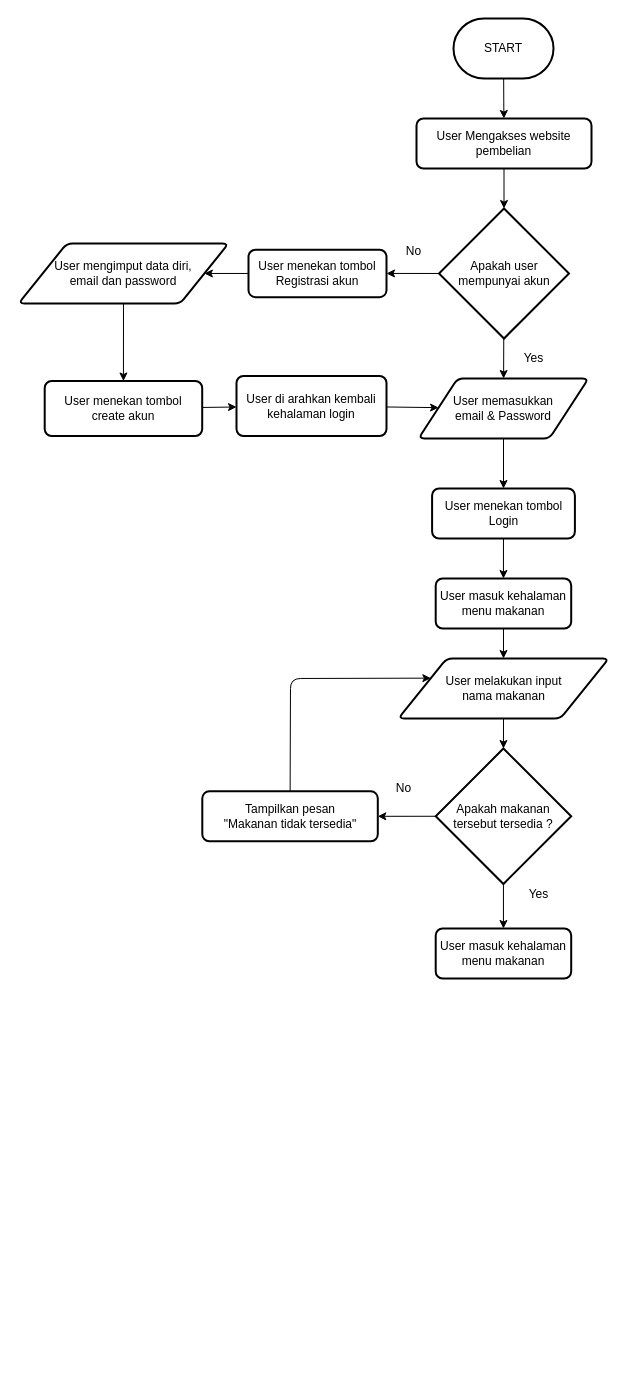
bintangmesir/bintang_mesir-proses_order_makanan_online keeps this draw.io diagram as flowchart.drawio. Above is the earlier version. Source tidied: cells renumbered, new cells numbered last; positions are measured from the earlier drawing's top-left corner, leaving out a move shared by most shapes. Both pictures are drawn from the tidied source at 100%, with x=0, y=0 at pixel (18, 18).
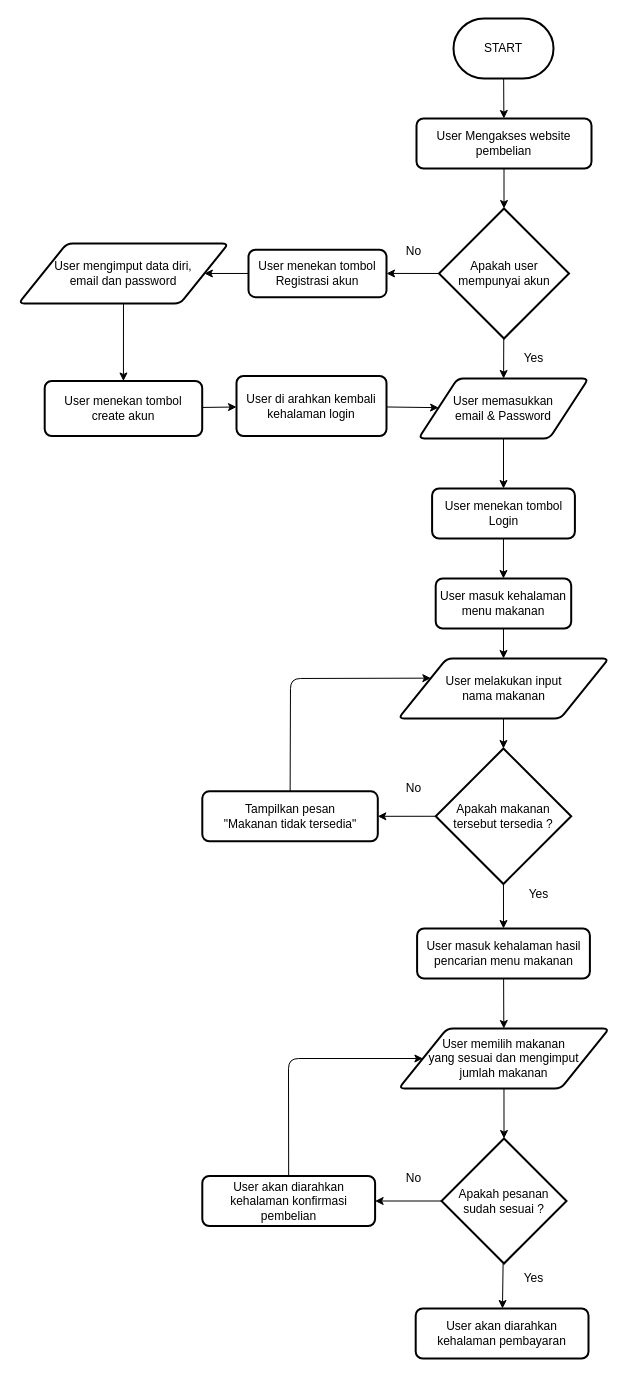
The same diagram, later.

Commit message:
add if condition for confirmation order  on flowchart.drawio file

Diff of the diagram source:
```diff
@@
+    <mxCell id="35" style="edgeStyle=none;html=1;" parent="1" edge="1" source="30" target="37">
+      <mxGeometry relative="1" as="geometry" />
+    </mxCell>
-    <mxCell id="30" value="User masuk kehalaman menu makanan" style="rounded=1;whiteSpace=wrap;html=1;absoluteArcSize=1;arcSize=14;strokeWidth=2;" parent="1" vertex="1">
-      <mxGeometry x="417.2" y="910" width="135.5" height="50" as="geometry" />
+    <mxCell id="30" value="User masuk kehalaman hasil pencarian menu makanan" style="rounded=1;whiteSpace=wrap;html=1;absoluteArcSize=1;arcSize=14;strokeWidth=2;" parent="1" vertex="1">
+      <mxGeometry x="398.6" y="910" width="172.8" height="50" as="geometry" />
     </mxCell>
@@
     <mxCell id="33" value="No" style="text;html=1;align=center;verticalAlign=middle;strokeColor=none;fillColor=none;" parent="1" vertex="1">
-      <mxGeometry x="370" y="760" width="30" height="20" as="geometry" />
+      <mxGeometry x="380.2" y="760" width="30" height="20" as="geometry" />
     </mxCell>
@@
+    <mxCell id="36" style="edgeStyle=none;html=1;entryX=0.5;entryY=0;entryDx=0;entryDy=0;entryPerimeter=0;" parent="1" edge="1" source="37" target="40">
+      <mxGeometry relative="1" as="geometry" />
+    </mxCell>
+    <mxCell id="37" value="User memilih makanan &lt;br&gt;yang sesuai dan mengimput &lt;br&gt;jumlah makanan" style="shape=parallelogram;html=1;strokeWidth=2;perimeter=parallelogramPerimeter;whiteSpace=wrap;rounded=1;arcSize=12;size=0.23;" parent="1" vertex="1">
+      <mxGeometry x="380.2" y="1010" width="210.5" height="60" as="geometry" />
+    </mxCell>
+    <mxCell id="38" style="edgeStyle=none;html=1;" parent="1" edge="1" source="40" target="41">
+      <mxGeometry relative="1" as="geometry" />
+    </mxCell>
+    <mxCell id="39" style="edgeStyle=none;html=1;entryX=1;entryY=0.5;entryDx=0;entryDy=0;" parent="1" edge="1" source="40" target="43">
+      <mxGeometry relative="1" as="geometry" />
+    </mxCell>
+    <mxCell id="40" value="Apakah pesanan&lt;br&gt;sudah sesuai ?" style="strokeWidth=2;html=1;shape=mxgraph.flowchart.decision;whiteSpace=wrap;" parent="1" vertex="1">
+      <mxGeometry x="423" y="1120" width="125" height="125" as="geometry" />
+    </mxCell>
+    <mxCell id="41" value="User akan diarahkan kehalaman pembayaran" style="rounded=1;whiteSpace=wrap;html=1;absoluteArcSize=1;arcSize=14;strokeWidth=2;" parent="1" vertex="1">
+      <mxGeometry x="397.2" y="1290" width="172.8" height="50" as="geometry" />
+    </mxCell>
+    <mxCell id="42" style="edgeStyle=none;html=1;entryX=0;entryY=0.5;entryDx=0;entryDy=0;" parent="1" edge="1" source="43" target="37">
+      <mxGeometry relative="1" as="geometry">
+        <Array as="points">
+          <mxPoint x="270" y="1040" />
+        </Array>
+      </mxGeometry>
+    </mxCell>
+    <mxCell id="43" value="User akan diarahkan kehalaman konfirmasi pembelian" style="rounded=1;whiteSpace=wrap;html=1;absoluteArcSize=1;arcSize=14;strokeWidth=2;" parent="1" vertex="1">
+      <mxGeometry x="183.8" y="1157.5" width="172.8" height="50" as="geometry" />
+    </mxCell>
+    <mxCell id="44" value="Yes" style="text;html=1;align=center;verticalAlign=middle;strokeColor=none;fillColor=none;" parent="1" vertex="1">
+      <mxGeometry x="495" y="1250" width="40" height="20" as="geometry" />
+    </mxCell>
+    <mxCell id="45" value="No" style="text;html=1;align=center;verticalAlign=middle;strokeColor=none;fillColor=none;" parent="1" vertex="1">
+      <mxGeometry x="379.8" y="1150" width="30" height="20" as="geometry" />
+    </mxCell>
```
